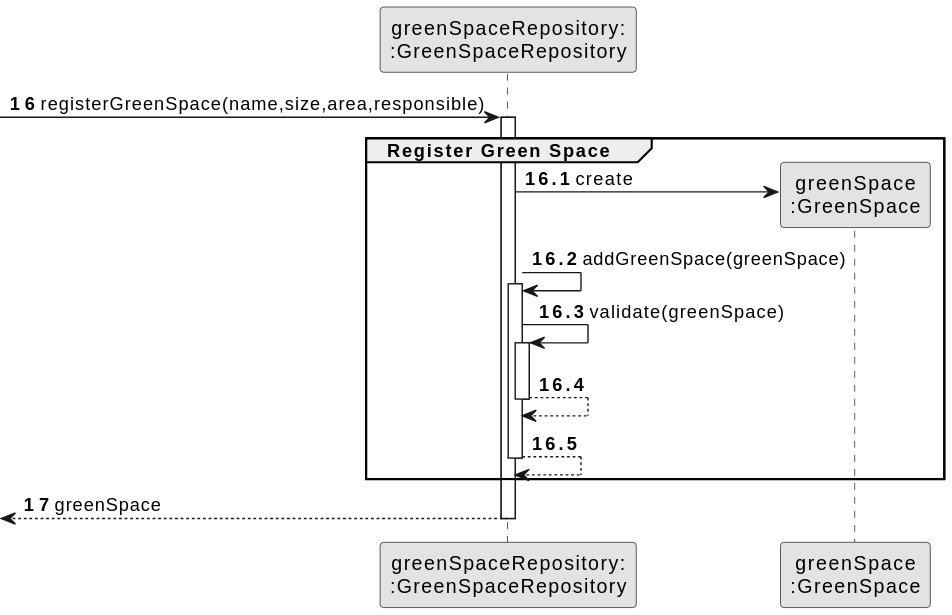
Earlier version of the PlantUML export docs/sprintC/us020/03.design/svg/us020-sequence-diagram-partial-register-greenSpace.svg (SAEmanuel/Green_Spaces_Management_ISEP).
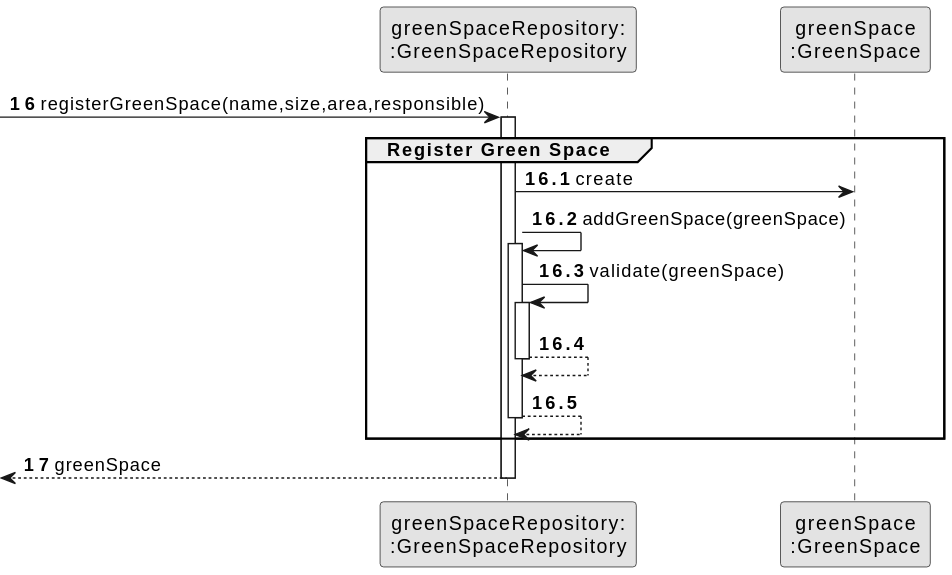
After the commit.

Diff of the diagram source:
```diff
@@ -13,7 +13,7 @@
 activate ORG
     group Register Green Space
 
-        ORG -> GREENSPACE**: create
+        ORG -> GREENSPACE: create
 
 
 
```
